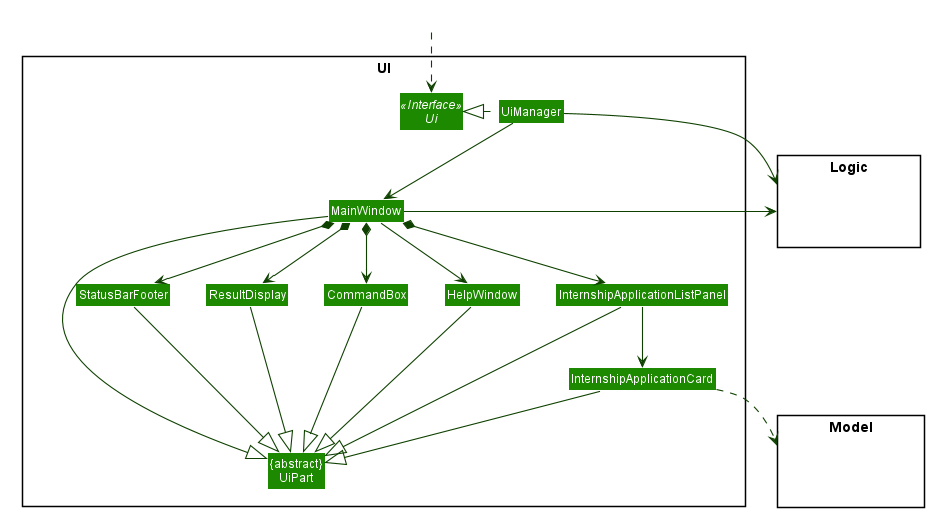
Before: docs/images/UiClassDiagram.png, a diagram exported from PlantUML (wxwxwxwx9/main).
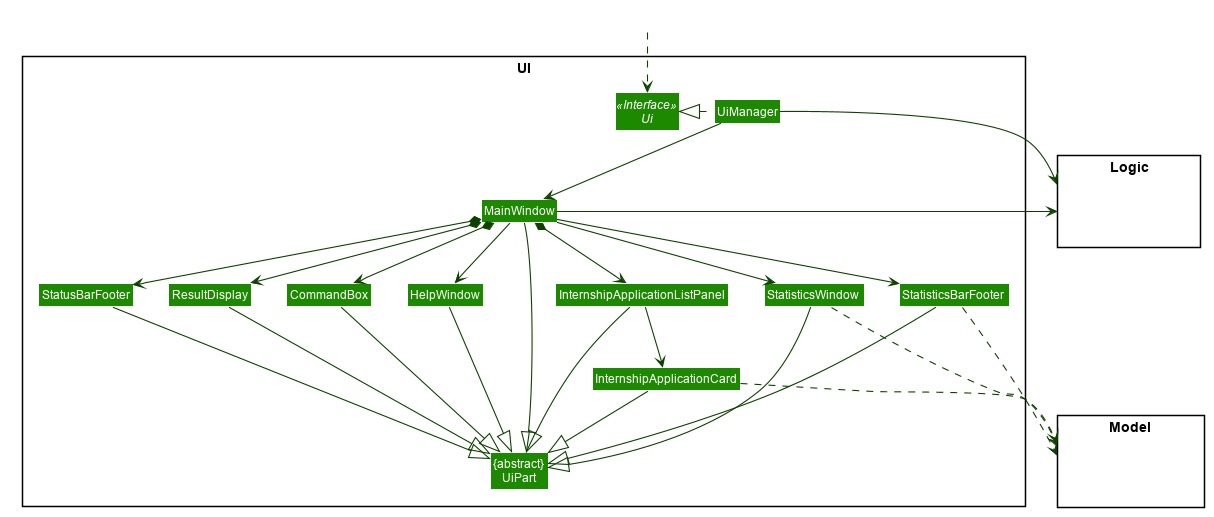
Above is the later version.

Commit message:
Update UML diagrams

The edit, as a diff of the source:
```diff
@@ -57,6 +57,8 @@
 Class UiManager
 Class MainWindow
 Class HelpWindow
+Class StatisticsWindow
+Class StatisticsBarFooter
 Class ResultDisplay
 Class InternshipApplicationListPanel
 Class InternshipApplicationCard
@@ -77,7 +79,9 @@
 
 UiManager .left.|> Ui
 UiManager -down-> MainWindow
-MainWindow --> HelpWindow
+MainWindow --> StatisticsWindow
+MainWindow --> StatisticsBarFooter
+MainWindow -down-> HelpWindow
 MainWindow *-down-> CommandBox
 MainWindow *-down-> ResultDisplay
 MainWindow *-down-> InternshipApplicationListPanel
@@ -92,12 +96,18 @@
 InternshipApplicationListPanel --|> UiPart
 InternshipApplicationCard --|> UiPart
 StatusBarFooter --|> UiPart
-HelpWindow -down-|> UiPart
+StatisticsWindow --|> UiPart
+StatisticsBarFooter--|> UiPart
+HelpWindow --|> UiPart
 
+StatisticsBarFooter ..> Model
+StatisticsWindow ..> Model
 InternshipApplicationCard ..> Model
 UiManager -right-> Logic
 MainWindow -left-> Logic
 
+StatisticsBarFooter -[hidden]left- StatisticsWindow
+StatisticsWindow -[hidden]left- InternshipApplicationListPanel
 InternshipApplicationListPanel -[hidden]left- HelpWindow
 HelpWindow -[hidden]left- CommandBox
 CommandBox -[hidden]left- ResultDisplay
```
